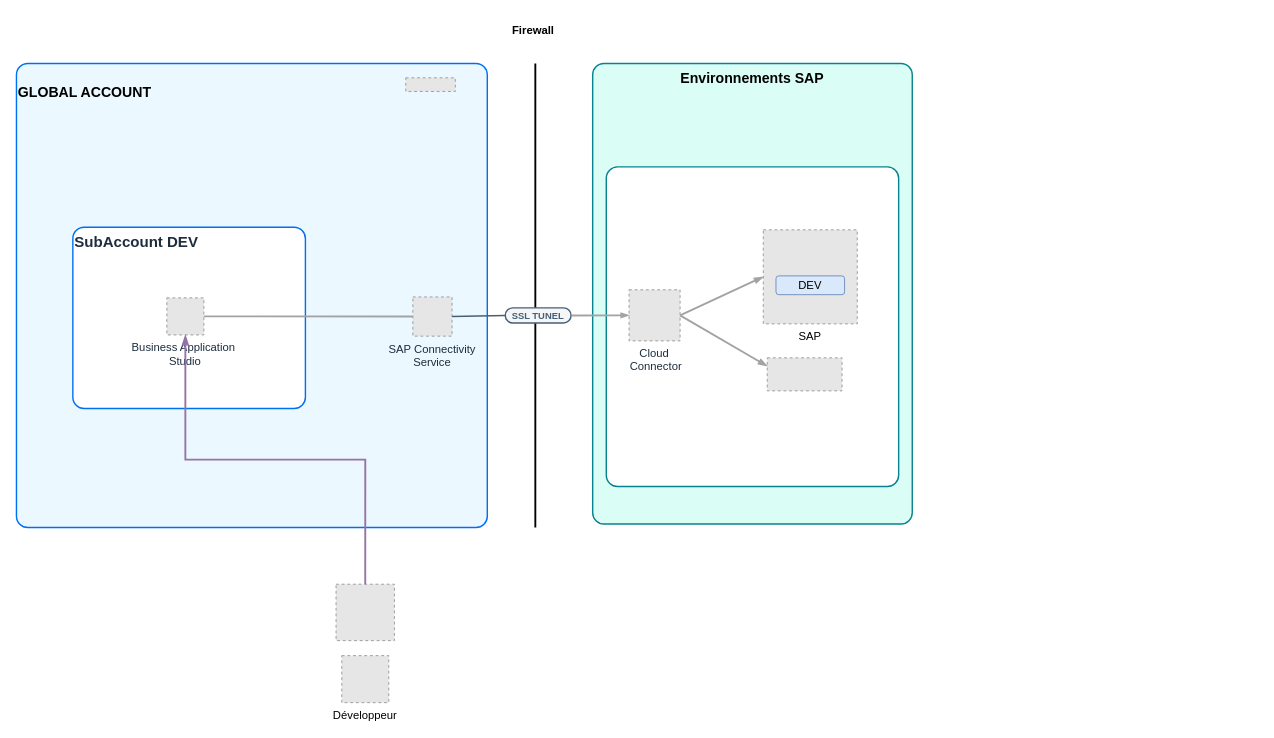
The draw.io diagram Untitled Diagram.drawio in MikaPaP/DevSimple, before the edit. Source tidied: cells renumbered, new cells numbered last; positions are measured from the earlier drawing's top-left corner, leaving out a move shared by most shapes. Both pictures are drawn from the tidied source at 94%, with x=0, y=0 at pixel (16, 16). Pictures stored in the file or linked from it are replaced by grey dashed boxes.
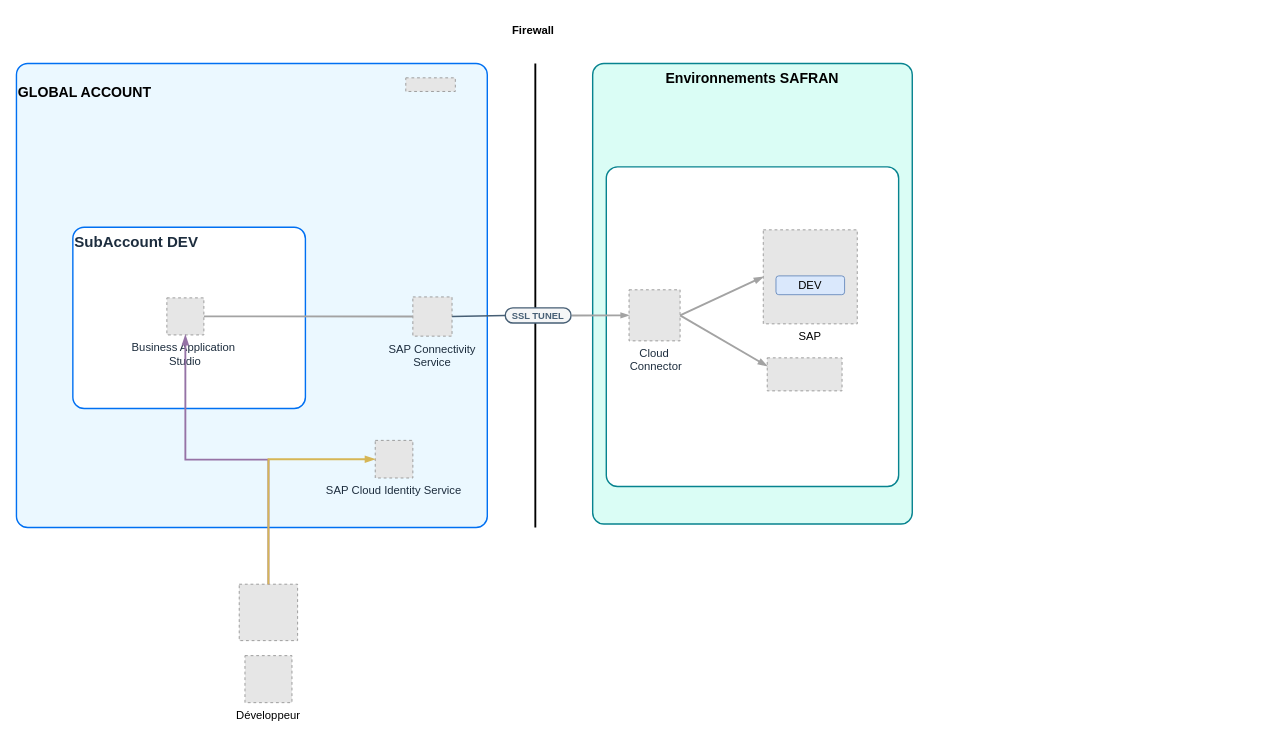
Above is the later version.

Unchanged cells that the change refers to:
```xml
<mxCell id="5" style="group;arcSize=24;" parent="1" vertex="1">
  <mxGeometry x="160" y="50" width="1160" height="560" as="geometry" />
</mxCell>
```

What changed in the source:
```diff
@@
-    <mxCell id="2" value="Environnements SAP" style="rounded=1;whiteSpace=wrap;html=1;strokeColor=#07838f;fillColor=#dafdf5;arcSize=24;absoluteArcSize=1;imageWidth=64;imageHeight=64;strokeWidth=1.5;verticalAlign=top;fontSize=15;fontStyle=1;" parent="1" vertex="1">
+    <mxCell id="2" value="Environnements SAFRAN" style="rounded=1;whiteSpace=wrap;html=1;strokeColor=#07838f;fillColor=#dafdf5;arcSize=24;absoluteArcSize=1;imageWidth=64;imageHeight=64;strokeWidth=1.5;verticalAlign=top;fontSize=15;fontStyle=1;" parent="1" vertex="1">
       <mxGeometry x="613" y="50" width="340" height="490" as="geometry" />
     </mxCell>
@@
+    <mxCell id="25" value="SAP Cloud Identity Service" style="fillColor=#E6E6E6;strokeColor=#999999;dashed=1;verticalLabelPosition=bottom;verticalAlign=top;fontStyle=0;fontSize=12;fontColor=#1D2D3E;" parent="5" vertex="1">
+      <mxGeometry x="221.7" y="401" width="40" height="40" as="geometry" />
+    </mxCell>
@@
     <mxCell id="21" value="Développeur" style="fillColor=#E6E6E6;strokeColor=#999999;dashed=1;verticalLabelPosition=bottom;verticalAlign=top;" parent="1" vertex="1">
-      <mxGeometry x="346.1" y="680" width="50" height="50" as="geometry" />
+      <mxGeometry x="243.1" y="680" width="50" height="50" as="geometry" />
     </mxCell>
     <mxCell id="22" style="fillColor=#E6E6E6;strokeColor=#999999;dashed=1;verticalLabelPosition=bottom;verticalAlign=top;" parent="1" vertex="1">
-      <mxGeometry x="340" y="604" width="62.1" height="60" as="geometry" />
+      <mxGeometry x="237" y="604" width="62.1" height="60" as="geometry" />
     </mxCell>
@@
+    <mxCell id="26" style="edgeStyle=orthogonalEdgeStyle;rounded=0;jettySize=auto;html=1;exitX=0.5;exitY=0;exitDx=0;exitDy=0;strokeColor=#d6b656;strokeWidth=2;endArrow=blockThin;endFill=1;fillColor=#fff2cc;entryX=0;entryY=0.5;entryDx=0;entryDy=0;entryPerimeter=0;" parent="1" edge="1" source="22" target="25">
+      <mxGeometry relative="1" as="geometry" />
+    </mxCell>
```
